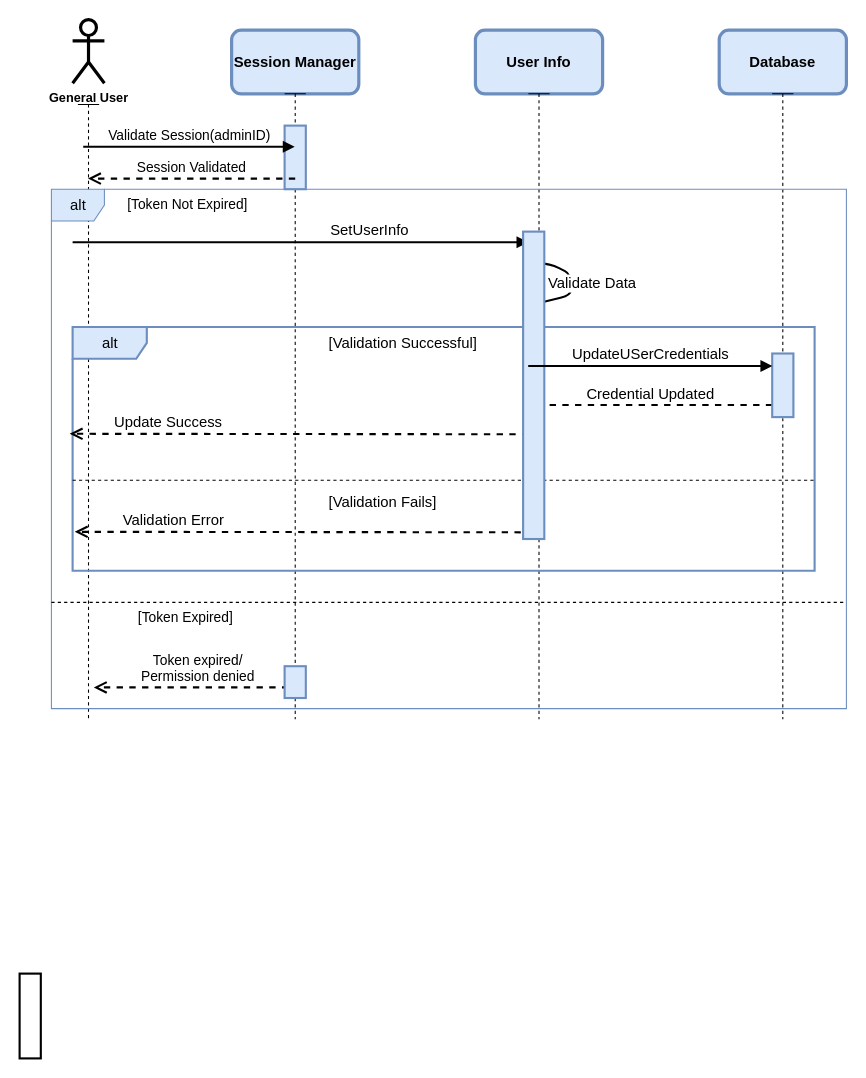
Nama21yo/SDS-EMR keeps this draw.io diagram as UseCase_Diagram/Biruh/setPersonalInfo.dio. Above is the earlier version. Source tidied: cells renumbered, new cells numbered last; positions are measured from the earlier drawing's top-left corner, leaving out a move shared by most shapes. Both pictures are drawn from the tidied source at 106%, with x=0, y=0 at pixel (19, 19).
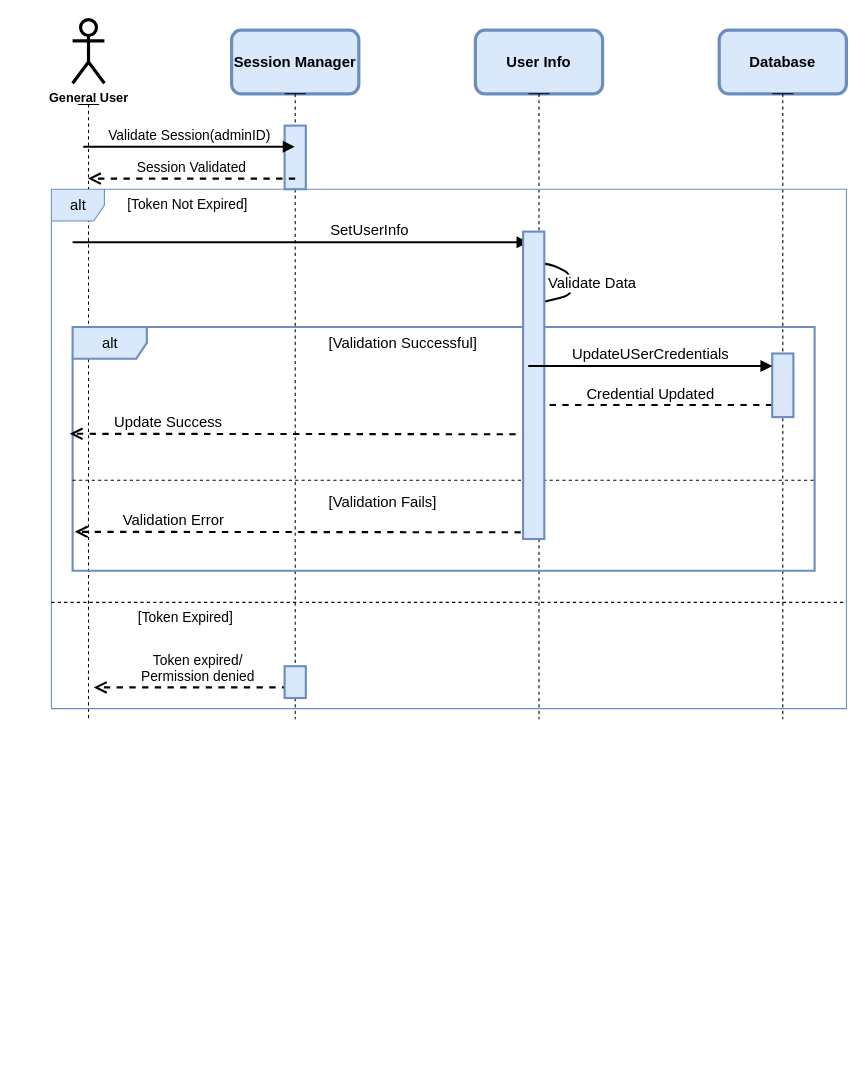
The same diagram, later.

Change to the diagram source:
```diff
@@
-    <mxCell id="31" style="html=1;perimeter=orthogonalPerimeter;fillStyle=solid;strokeWidth=2;fontSize=14;" parent="1" vertex="1">
-      <mxGeometry y="900" width="20" height="80" as="geometry" />
-    </mxCell>
```
